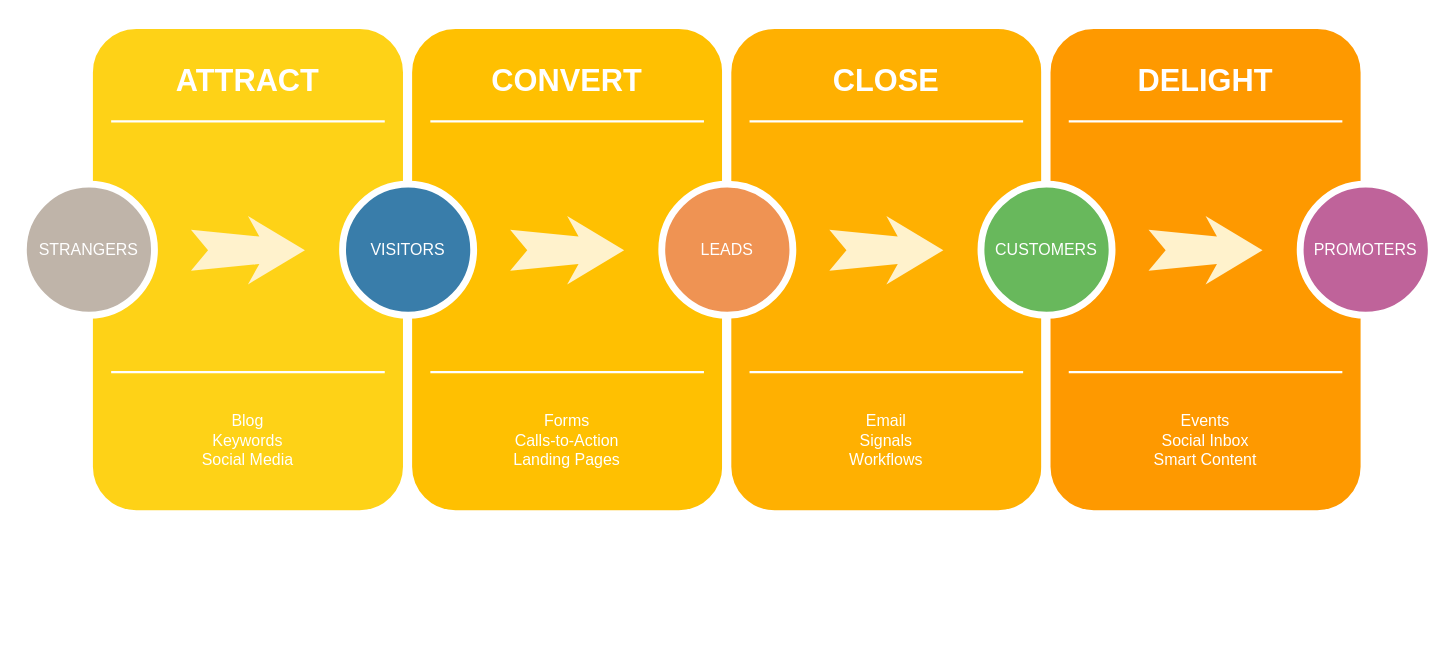
The draw.io diagram 商城架构分级图.drawio in xiaoming728/draw, before the edit. Source tidied: cells renumbered, new cells numbered last; positions are measured from the earlier drawing's top-left corner, leaving out a move shared by most shapes. Both pictures are drawn from the tidied source at 114%, with x=0, y=0 at pixel (23, 24).
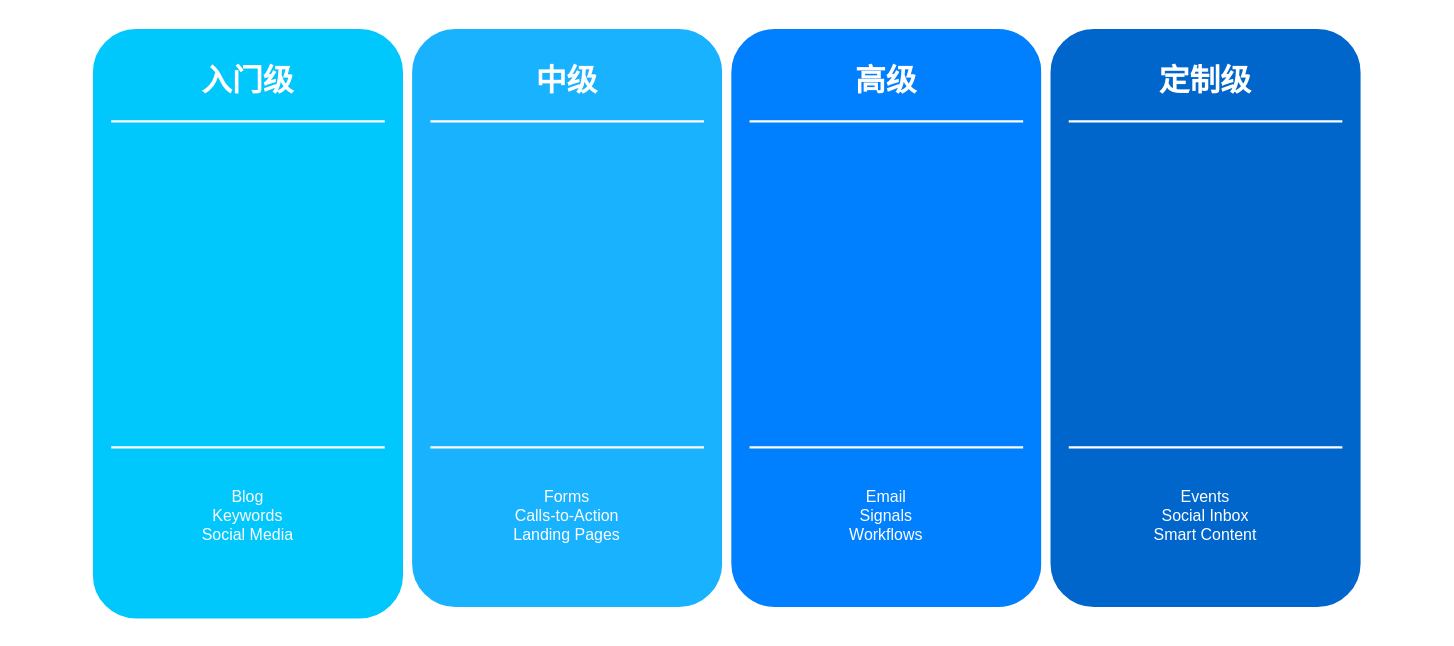
After the change.

Commit message (it also covers changes not shown here):
更新商城架构分级图.drawio

Diff of the diagram source:
```diff
@@
-    <mxCell id="2" style="whiteSpace=wrap;html=1;rounded=1;shadow=0;strokeWidth=8;fontSize=20;align=center;fillColor=#FED217;strokeColor=#FFFFFF;" parent="1" vertex="1">
-      <mxGeometry x="57" width="280" height="430" as="geometry" />
+    <mxCell id="2" style="whiteSpace=wrap;html=1;rounded=1;shadow=0;strokeWidth=8;fontSize=20;align=center;fillColor=#00c7fc;strokeColor=#FFFFFF;" parent="1" vertex="1">
+      <mxGeometry x="57" width="280" height="525" as="geometry" />
     </mxCell>
-    <mxCell id="3" value="ATTRACT" style="text;html=1;strokeColor=none;fillColor=none;align=center;verticalAlign=middle;whiteSpace=wrap;rounded=0;shadow=0;fontSize=27;fontColor=#FFFFFF;fontStyle=1;" parent="1" vertex="1">
+    <mxCell id="3" value="入门级" style="text;html=1;strokeColor=none;fillColor=none;align=center;verticalAlign=middle;whiteSpace=wrap;rounded=0;shadow=0;fontSize=27;fontColor=#FFFFFF;fontStyle=1;" parent="1" vertex="1">
       <mxGeometry x="57" y="20" width="280" height="60" as="geometry" />
     </mxCell>
     <mxCell id="4" value="Blog&lt;div&gt;Keywords&lt;/div&gt;&lt;div&gt;Social Media&lt;/div&gt;" style="text;html=1;strokeColor=none;fillColor=none;align=center;verticalAlign=middle;whiteSpace=wrap;rounded=0;shadow=0;fontSize=14;fontColor=#FFFFFF;" parent="1" vertex="1">
-      <mxGeometry x="57" y="320" width="280" height="90" as="geometry" />
+      <mxGeometry x="57" y="386" width="280" height="90" as="geometry" />
     </mxCell>
@@
     <mxCell id="6" style="line;strokeWidth=2;html=1;rounded=0;shadow=0;fontSize=27;align=center;fillColor=none;strokeColor=#FFFFFF;" parent="1" vertex="1">
-      <mxGeometry x="77" y="300" width="240" height="10" as="geometry" />
+      <mxGeometry x="77" y="366" width="240" height="10" as="geometry" />
     </mxCell>
-    <mxCell id="7" value="STRANGERS" style="ellipse;whiteSpace=wrap;html=1;rounded=0;shadow=0;strokeWidth=6;fontSize=14;align=center;fillColor=#BFB4A9;strokeColor=#FFFFFF;fontColor=#FFFFFF;" parent="1" vertex="1">
-      <mxGeometry y="140" width="115" height="115" as="geometry" />
-    </mxCell>
-    <mxCell id="8" style="html=1;shadow=0;dashed=0;align=center;verticalAlign=middle;shape=mxgraph.arrows2.stylisedArrow;dy=0.6;dx=40;notch=15;feather=0.4;rounded=0;strokeWidth=1;fontSize=27;strokeColor=none;fillColor=#fff2cc;" parent="1" vertex="1">
-      <mxGeometry x="147" y="168" width="100" height="60" as="geometry" />
-    </mxCell>
-    <mxCell id="9" style="whiteSpace=wrap;html=1;rounded=1;shadow=0;strokeWidth=8;fontSize=20;align=center;fillColor=#FFC001;strokeColor=#FFFFFF;" parent="1" vertex="1">
-      <mxGeometry x="337" width="280" height="430" as="geometry" />
+    <mxCell id="9" style="whiteSpace=wrap;html=1;rounded=1;shadow=0;strokeWidth=8;fontSize=20;align=center;fillColor=#19B2FF;strokeColor=#FFFFFF;" parent="1" vertex="1">
+      <mxGeometry x="337" width="280" height="515" as="geometry" />
     </mxCell>
-    <mxCell id="10" value="CONVERT" style="text;html=1;strokeColor=none;fillColor=none;align=center;verticalAlign=middle;whiteSpace=wrap;rounded=0;shadow=0;fontSize=27;fontColor=#FFFFFF;fontStyle=1;" parent="1" vertex="1">
+    <mxCell id="10" value="中级" style="text;html=1;strokeColor=none;fillColor=none;align=center;verticalAlign=middle;whiteSpace=wrap;rounded=0;shadow=0;fontSize=27;fontColor=#FFFFFF;fontStyle=1;" parent="1" vertex="1">
       <mxGeometry x="337" y="20" width="280" height="60" as="geometry" />
     </mxCell>
     <mxCell id="11" value="Forms&lt;div&gt;Calls-to-Action&lt;/div&gt;&lt;div&gt;Landing Pages&lt;/div&gt;" style="text;html=1;strokeColor=none;fillColor=none;align=center;verticalAlign=middle;whiteSpace=wrap;rounded=0;shadow=0;fontSize=14;fontColor=#FFFFFF;" parent="1" vertex="1">
-      <mxGeometry x="337" y="320" width="280" height="90" as="geometry" />
+      <mxGeometry x="337" y="386" width="280" height="90" as="geometry" />
     </mxCell>
@@
     <mxCell id="13" style="line;strokeWidth=2;html=1;rounded=0;shadow=0;fontSize=27;align=center;fillColor=none;strokeColor=#FFFFFF;" parent="1" vertex="1">
-      <mxGeometry x="357" y="300" width="240" height="10" as="geometry" />
+      <mxGeometry x="357" y="366" width="240" height="10" as="geometry" />
     </mxCell>
-    <mxCell id="14" value="VISITORS" style="ellipse;whiteSpace=wrap;html=1;rounded=0;shadow=0;strokeWidth=6;fontSize=14;align=center;fillColor=#397DAA;strokeColor=#FFFFFF;fontColor=#FFFFFF;" parent="1" vertex="1">
-      <mxGeometry x="280" y="140" width="115" height="115" as="geometry" />
-    </mxCell>
-    <mxCell id="15" style="html=1;shadow=0;dashed=0;align=center;verticalAlign=middle;shape=mxgraph.arrows2.stylisedArrow;dy=0.6;dx=40;notch=15;feather=0.4;rounded=0;strokeWidth=1;fontSize=27;strokeColor=none;fillColor=#fff2cc;" parent="1" vertex="1">
-      <mxGeometry x="427" y="168" width="100" height="60" as="geometry" />
-    </mxCell>
-    <mxCell id="16" style="whiteSpace=wrap;html=1;rounded=1;shadow=0;strokeWidth=8;fontSize=20;align=center;fillColor=#FFB001;strokeColor=#FFFFFF;" parent="1" vertex="1">
-      <mxGeometry x="617" width="280" height="430" as="geometry" />
+    <mxCell id="16" style="whiteSpace=wrap;html=1;rounded=1;shadow=0;strokeWidth=8;fontSize=20;align=center;fillColor=#007FFF;strokeColor=#FFFFFF;" parent="1" vertex="1">
+      <mxGeometry x="617" width="280" height="515" as="geometry" />
     </mxCell>
-    <mxCell id="17" value="CLOSE" style="text;html=1;strokeColor=none;fillColor=none;align=center;verticalAlign=middle;whiteSpace=wrap;rounded=0;shadow=0;fontSize=27;fontColor=#FFFFFF;fontStyle=1;" parent="1" vertex="1">
+    <mxCell id="17" value="高级" style="text;html=1;strokeColor=none;fillColor=none;align=center;verticalAlign=middle;whiteSpace=wrap;rounded=0;shadow=0;fontSize=27;fontColor=#FFFFFF;fontStyle=1;" parent="1" vertex="1">
       <mxGeometry x="617" y="20" width="280" height="60" as="geometry" />
     </mxCell>
     <mxCell id="18" value="Email&lt;div&gt;Signals&lt;/div&gt;&lt;div&gt;Workflows&lt;/div&gt;" style="text;html=1;strokeColor=none;fillColor=none;align=center;verticalAlign=middle;whiteSpace=wrap;rounded=0;shadow=0;fontSize=14;fontColor=#FFFFFF;" parent="1" vertex="1">
-      <mxGeometry x="617" y="320" width="280" height="90" as="geometry" />
+      <mxGeometry x="617" y="386" width="280" height="90" as="geometry" />
     </mxCell>
@@
     <mxCell id="20" style="line;strokeWidth=2;html=1;rounded=0;shadow=0;fontSize=27;align=center;fillColor=none;strokeColor=#FFFFFF;" parent="1" vertex="1">
-      <mxGeometry x="637" y="300" width="240" height="10" as="geometry" />
+      <mxGeometry x="637" y="366" width="240" height="10" as="geometry" />
     </mxCell>
-    <mxCell id="21" value="LEADS" style="ellipse;whiteSpace=wrap;html=1;rounded=0;shadow=0;strokeWidth=6;fontSize=14;align=center;fillColor=#EF9353;strokeColor=#FFFFFF;fontColor=#FFFFFF;" parent="1" vertex="1">
-      <mxGeometry x="560" y="140" width="115" height="115" as="geometry" />
-    </mxCell>
-    <mxCell id="22" style="html=1;shadow=0;dashed=0;align=center;verticalAlign=middle;shape=mxgraph.arrows2.stylisedArrow;dy=0.6;dx=40;notch=15;feather=0.4;rounded=0;strokeWidth=1;fontSize=27;strokeColor=none;fillColor=#fff2cc;" parent="1" vertex="1">
-      <mxGeometry x="707" y="168" width="100" height="60" as="geometry" />
-    </mxCell>
-    <mxCell id="23" style="whiteSpace=wrap;html=1;rounded=1;shadow=0;strokeWidth=8;fontSize=20;align=center;fillColor=#FE9900;strokeColor=#FFFFFF;" parent="1" vertex="1">
-      <mxGeometry x="897" width="280" height="430" as="geometry" />
+    <mxCell id="23" style="whiteSpace=wrap;html=1;rounded=1;shadow=0;strokeWidth=8;fontSize=20;align=center;fillColor=#0066CC;strokeColor=#FFFFFF;" parent="1" vertex="1">
+      <mxGeometry x="897" width="280" height="515" as="geometry" />
     </mxCell>
-    <mxCell id="24" value="DELIGHT" style="text;html=1;strokeColor=none;fillColor=none;align=center;verticalAlign=middle;whiteSpace=wrap;rounded=0;shadow=0;fontSize=27;fontColor=#FFFFFF;fontStyle=1;" parent="1" vertex="1">
+    <mxCell id="24" value="定制级" style="text;html=1;strokeColor=none;fillColor=none;align=center;verticalAlign=middle;whiteSpace=wrap;rounded=0;shadow=0;fontSize=27;fontColor=#FFFFFF;fontStyle=1;" parent="1" vertex="1">
       <mxGeometry x="897" y="20" width="280" height="60" as="geometry" />
     </mxCell>
     <mxCell id="25" value="Events&lt;div&gt;Social Inbox&lt;/div&gt;&lt;div&gt;Smart Content&lt;/div&gt;" style="text;html=1;strokeColor=none;fillColor=none;align=center;verticalAlign=middle;whiteSpace=wrap;rounded=0;shadow=0;fontSize=14;fontColor=#FFFFFF;" parent="1" vertex="1">
-      <mxGeometry x="897" y="320" width="280" height="90" as="geometry" />
+      <mxGeometry x="897" y="386" width="280" height="90" as="geometry" />
     </mxCell>
@@
     <mxCell id="27" style="line;strokeWidth=2;html=1;rounded=0;shadow=0;fontSize=27;align=center;fillColor=none;strokeColor=#FFFFFF;" parent="1" vertex="1">
-      <mxGeometry x="917" y="300" width="240" height="10" as="geometry" />
+      <mxGeometry x="917" y="366" width="240" height="10" as="geometry" />
     </mxCell>
-    <mxCell id="28" value="CUSTOMERS" style="ellipse;whiteSpace=wrap;html=1;rounded=0;shadow=0;strokeWidth=6;fontSize=14;align=center;fillColor=#68B85C;strokeColor=#FFFFFF;fontColor=#FFFFFF;" parent="1" vertex="1">
-      <mxGeometry x="840" y="140" width="115" height="115" as="geometry" />
-    </mxCell>
-    <mxCell id="29" style="html=1;shadow=0;dashed=0;align=center;verticalAlign=middle;shape=mxgraph.arrows2.stylisedArrow;dy=0.6;dx=40;notch=15;feather=0.4;rounded=0;strokeWidth=1;fontSize=27;strokeColor=none;fillColor=#fff2cc;" parent="1" vertex="1">
-      <mxGeometry x="987" y="168" width="100" height="60" as="geometry" />
-    </mxCell>
-    <mxCell id="30" value="PROMOTERS" style="ellipse;whiteSpace=wrap;html=1;rounded=0;shadow=0;strokeWidth=6;fontSize=14;align=center;fillColor=#BF639A;strokeColor=#FFFFFF;fontColor=#FFFFFF;" parent="1" vertex="1">
-      <mxGeometry x="1120" y="140" width="115" height="115" as="geometry" />
-    </mxCell>
```
